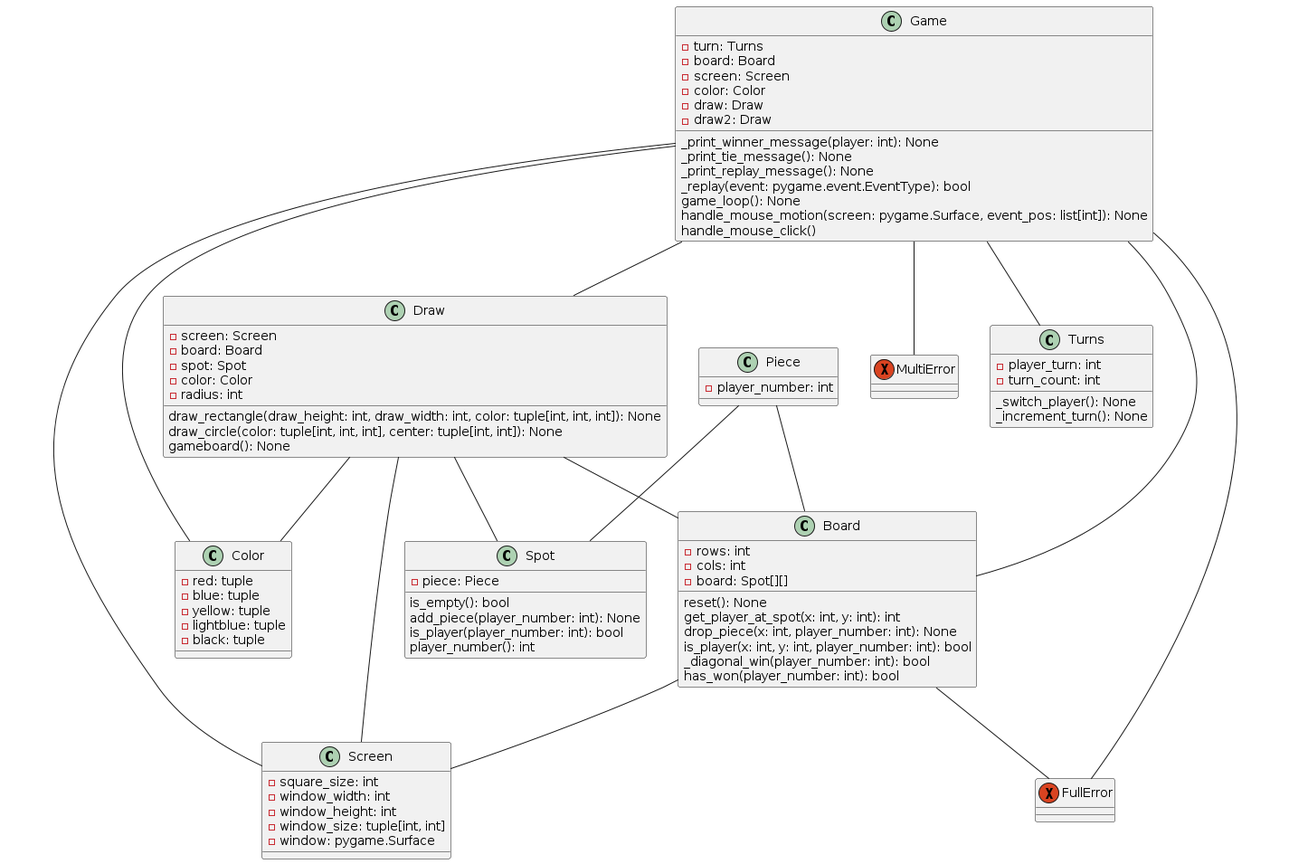
Earlier version of the PlantUML export design-analysis/Logical_View.png (austin-s970/OOP-Connect4).
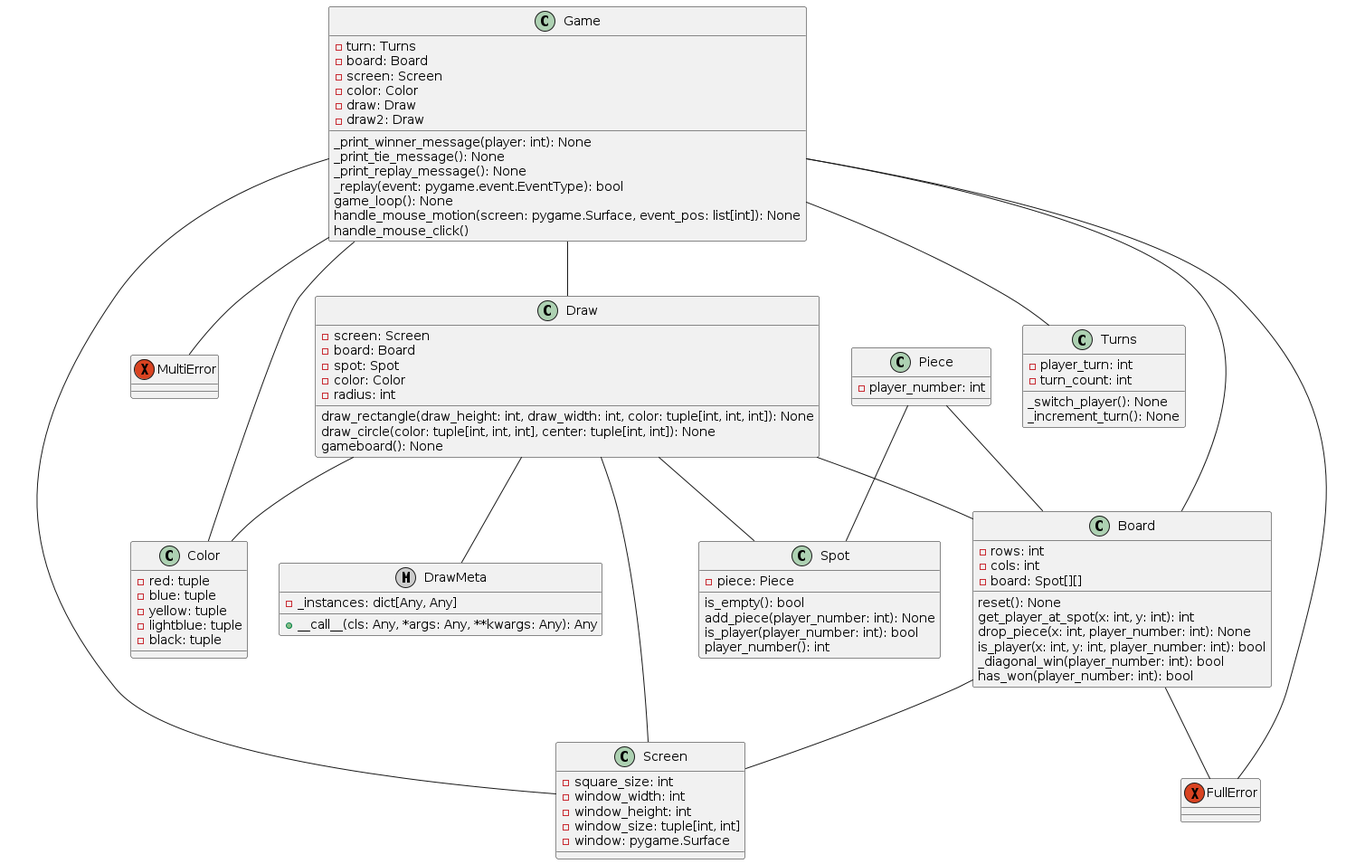
After the commit.

Commit message:
updated design analysis

Diff of the diagram source:
```diff
@@ -55,6 +55,11 @@
   -player_number: int
 }
 
+metaclass DrawMeta {
+  -_instances: dict[Any, Any]
+  +__call__(cls: Any, *args: Any, **kwargs: Any): Any
+}
+
 class Draw {
   -screen: Screen
   -board: Board
@@ -92,6 +97,7 @@
 Piece -- Spot
 Piece -- Board
 
+Draw -- DrawMeta
 Draw -- Board
 Draw -- Screen
 Draw -- Color
```
